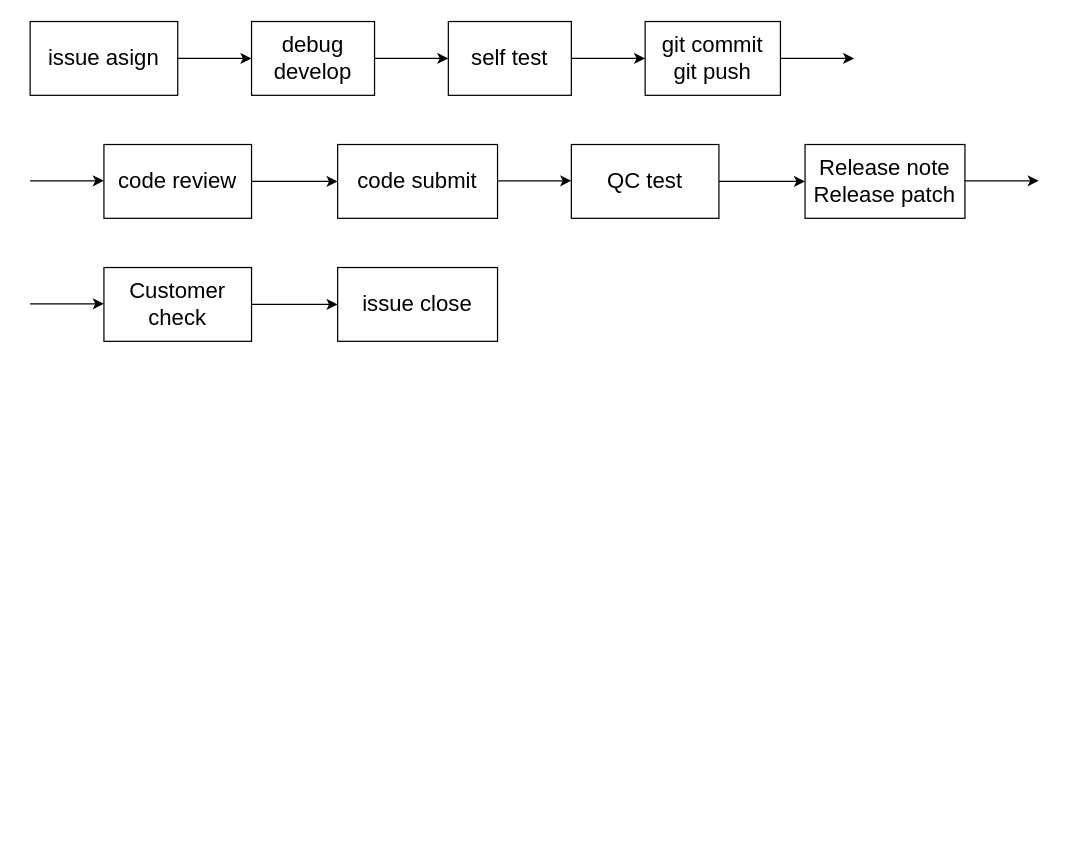
This is page "Page-1" (1 of 6) of project_flow.drawio from qmlsxxxx/draw.io, a draw.io file, before an edit. Source tidied: cells renumbered, new cells numbered last; positions are measured from the earlier drawing's top-left corner, leaving out a move shared by most shapes. Both pictures are drawn from the tidied source at 123%, with x=0, y=0 at pixel (30, 21).
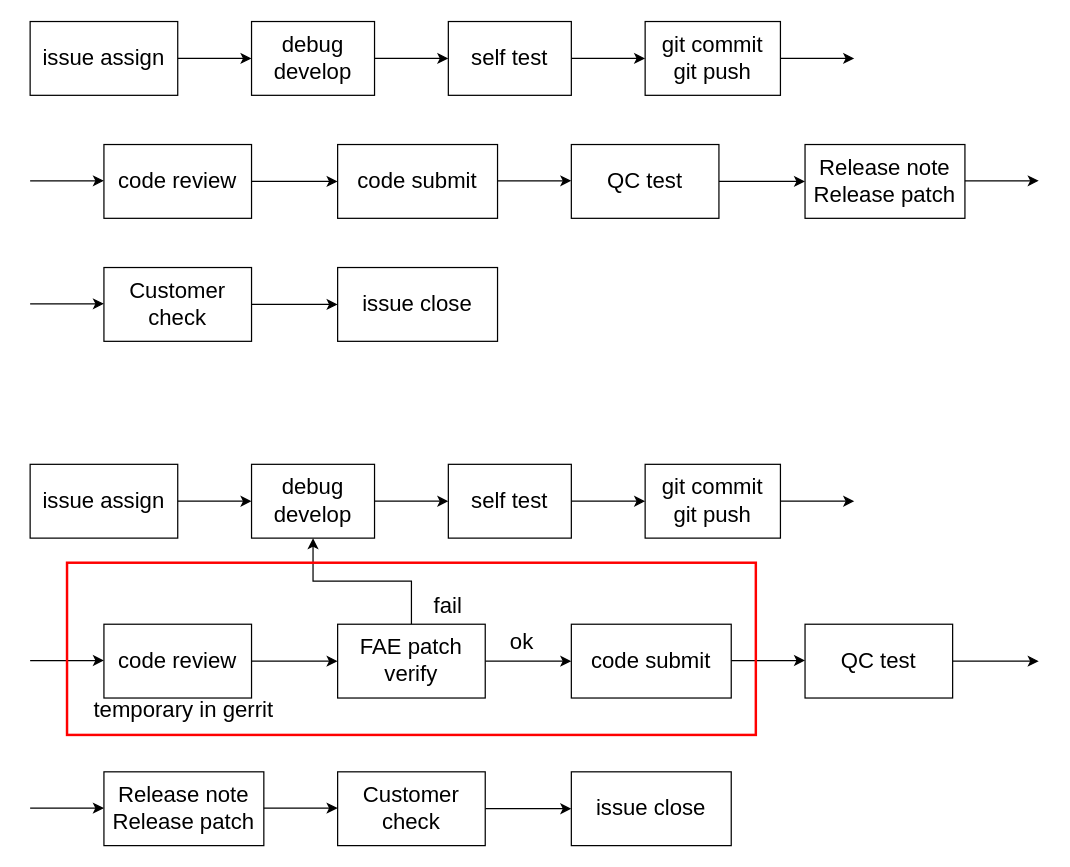
Above is the later version.

The edit, as a diff of the source:
```diff
@@
-    <mxCell id="9" value="issue asign" style="rounded=0;whiteSpace=wrap;html=1;fontSize=18;" parent="1" vertex="1">
+    <mxCell id="9" value="issue assign" style="rounded=0;whiteSpace=wrap;html=1;fontSize=18;" parent="1" vertex="1">
       <mxGeometry width="120" height="60" as="geometry" />
     </mxCell>
@@
+    <mxCell id="23" style="edgeStyle=orthogonalEdgeStyle;rounded=0;jettySize=auto;html=1;entryX=0;entryY=0.5;entryDx=0;entryDy=0;fontSize=18;" parent="1" edge="1" source="24" target="28">
+      <mxGeometry relative="1" as="geometry" />
+    </mxCell>
+    <mxCell id="24" value="debug&lt;br style=&quot;font-size: 18px;&quot;&gt;develop" style="rounded=0;whiteSpace=wrap;html=1;fontSize=18;" parent="1" vertex="1">
+      <mxGeometry x="180" y="360" width="100" height="60" as="geometry" />
+    </mxCell>
+    <mxCell id="25" style="edgeStyle=orthogonalEdgeStyle;rounded=0;jettySize=auto;html=1;entryX=0;entryY=0.5;entryDx=0;entryDy=0;fontSize=18;" parent="1" edge="1" source="26">
+      <mxGeometry relative="1" as="geometry">
+        <mxPoint x="670" y="390" as="targetPoint" />
+      </mxGeometry>
+    </mxCell>
+    <mxCell id="26" value="git commit&lt;br style=&quot;font-size: 18px;&quot;&gt;git push" style="rounded=0;whiteSpace=wrap;html=1;fontSize=18;" parent="1" vertex="1">
+      <mxGeometry x="500" y="360" width="110" height="60" as="geometry" />
+    </mxCell>
+    <mxCell id="27" style="edgeStyle=orthogonalEdgeStyle;rounded=0;jettySize=auto;html=1;fontSize=18;" parent="1" edge="1" source="28" target="26">
+      <mxGeometry relative="1" as="geometry" />
+    </mxCell>
+    <mxCell id="28" value="self test" style="rounded=0;whiteSpace=wrap;html=1;fontSize=18;" parent="1" vertex="1">
+      <mxGeometry x="340" y="360" width="100" height="60" as="geometry" />
+    </mxCell>
+    <mxCell id="29" style="edgeStyle=orthogonalEdgeStyle;rounded=0;jettySize=auto;html=1;entryX=0;entryY=0.5;entryDx=0;entryDy=0;fontSize=18;" parent="1" edge="1" source="30" target="24">
+      <mxGeometry relative="1" as="geometry" />
+    </mxCell>
+    <mxCell id="30" value="issue assign" style="rounded=0;whiteSpace=wrap;html=1;fontSize=18;" parent="1" vertex="1">
+      <mxGeometry y="360" width="120" height="60" as="geometry" />
+    </mxCell>
+    <mxCell id="31" style="edgeStyle=orthogonalEdgeStyle;rounded=0;jettySize=auto;html=1;entryX=0;entryY=0.5;entryDx=0;entryDy=0;fontSize=18;" parent="1" edge="1" source="32">
+      <mxGeometry relative="1" as="geometry">
+        <mxPoint x="250" y="520" as="targetPoint" />
+      </mxGeometry>
+    </mxCell>
+    <mxCell id="32" value="code review" style="rounded=0;whiteSpace=wrap;html=1;fontSize=18;" parent="1" vertex="1">
+      <mxGeometry x="60" y="490" width="120" height="60" as="geometry" />
+    </mxCell>
+    <mxCell id="33" style="edgeStyle=orthogonalEdgeStyle;rounded=0;orthogonalLoop=1;jettySize=auto;html=1;entryX=0;entryY=0.5;entryDx=0;entryDy=0;fontSize=18;" parent="1" edge="1">
+      <mxGeometry relative="1" as="geometry">
+        <mxPoint y="519.5" as="sourcePoint" />
+        <mxPoint x="60" y="519.5" as="targetPoint" />
+      </mxGeometry>
+    </mxCell>
+    <mxCell id="34" style="edgeStyle=orthogonalEdgeStyle;rounded=0;jettySize=auto;html=1;entryX=0.5;entryY=1;entryDx=0;entryDy=0;fontSize=18;" parent="1" edge="1" source="36" target="24">
+      <mxGeometry relative="1" as="geometry" />
+    </mxCell>
+    <mxCell id="35" style="edgeStyle=orthogonalEdgeStyle;rounded=0;jettySize=auto;html=1;fontSize=18;" parent="1" edge="1" source="36" target="37">
+      <mxGeometry relative="1" as="geometry" />
+    </mxCell>
+    <mxCell id="36" value="FAE patch verify" style="rounded=0;whiteSpace=wrap;html=1;fontSize=18;" parent="1" vertex="1">
+      <mxGeometry x="250" y="490" width="120" height="60" as="geometry" />
+    </mxCell>
+    <mxCell id="37" value="code submit" style="rounded=0;whiteSpace=wrap;html=1;fontSize=18;" parent="1" vertex="1">
+      <mxGeometry x="440" y="490" width="130" height="60" as="geometry" />
+    </mxCell>
+    <mxCell id="38" style="edgeStyle=orthogonalEdgeStyle;rounded=0;jettySize=auto;html=1;entryX=0;entryY=0.5;entryDx=0;entryDy=0;fontSize=18;" parent="1" edge="1" source="39">
+      <mxGeometry relative="1" as="geometry">
+        <mxPoint x="820" y="520" as="targetPoint" />
+      </mxGeometry>
+    </mxCell>
+    <mxCell id="39" value="QC test" style="rounded=0;whiteSpace=wrap;html=1;fontSize=18;" parent="1" vertex="1">
+      <mxGeometry x="630" y="490" width="120" height="60" as="geometry" />
+    </mxCell>
+    <mxCell id="40" style="edgeStyle=orthogonalEdgeStyle;rounded=0;orthogonalLoop=1;jettySize=auto;html=1;entryX=0;entryY=0.5;entryDx=0;entryDy=0;fontSize=18;" parent="1" edge="1">
+      <mxGeometry relative="1" as="geometry">
+        <mxPoint x="570" y="519.5" as="sourcePoint" />
+        <mxPoint x="630" y="519.5" as="targetPoint" />
+      </mxGeometry>
+    </mxCell>
+    <mxCell id="41" value="Release note&lt;br&gt;Release patch" style="rounded=0;whiteSpace=wrap;html=1;fontSize=18;" parent="1" vertex="1">
+      <mxGeometry x="60" y="610" width="130" height="60" as="geometry" />
+    </mxCell>
+    <mxCell id="42" style="edgeStyle=orthogonalEdgeStyle;rounded=0;orthogonalLoop=1;jettySize=auto;html=1;entryX=0;entryY=0.5;entryDx=0;entryDy=0;fontSize=18;" parent="1" edge="1">
+      <mxGeometry relative="1" as="geometry">
+        <mxPoint y="639.5" as="sourcePoint" />
+        <mxPoint x="60" y="639.5" as="targetPoint" />
+      </mxGeometry>
+    </mxCell>
+    <mxCell id="43" style="edgeStyle=orthogonalEdgeStyle;rounded=0;jettySize=auto;html=1;entryX=0;entryY=0.5;entryDx=0;entryDy=0;fontSize=18;" parent="1" edge="1" source="44" target="45">
+      <mxGeometry relative="1" as="geometry" />
+    </mxCell>
+    <mxCell id="44" value="Customer check" style="rounded=0;whiteSpace=wrap;html=1;fontSize=18;" parent="1" vertex="1">
+      <mxGeometry x="250" y="610" width="120" height="60" as="geometry" />
+    </mxCell>
+    <mxCell id="45" value="issue close" style="rounded=0;whiteSpace=wrap;html=1;fontSize=18;" parent="1" vertex="1">
+      <mxGeometry x="440" y="610" width="130" height="60" as="geometry" />
+    </mxCell>
+    <mxCell id="46" style="edgeStyle=orthogonalEdgeStyle;rounded=0;orthogonalLoop=1;jettySize=auto;html=1;entryX=0;entryY=0.5;entryDx=0;entryDy=0;fontSize=18;" parent="1" edge="1">
+      <mxGeometry relative="1" as="geometry">
+        <mxPoint x="190" y="639.5" as="sourcePoint" />
+        <mxPoint x="250" y="639.5" as="targetPoint" />
+      </mxGeometry>
+    </mxCell>
+    <mxCell id="47" value="fail" style="text;html=1;strokeColor=none;fillColor=none;align=center;verticalAlign=middle;whiteSpace=wrap;rounded=0;fontSize=18;" parent="1" vertex="1">
+      <mxGeometry x="310" y="460" width="60" height="30" as="geometry" />
+    </mxCell>
+    <mxCell id="48" value="ok" style="text;html=1;strokeColor=none;fillColor=none;align=center;verticalAlign=middle;whiteSpace=wrap;rounded=0;fontSize=18;" parent="1" vertex="1">
+      <mxGeometry x="370" y="490" width="60" height="30" as="geometry" />
+    </mxCell>
+    <mxCell id="49" style="rounded=0;whiteSpace=wrap;html=1;fontSize=18;fillColor=none;strokeColor=#FF0000;strokeWidth=2;" parent="1" vertex="1">
+      <mxGeometry x="30" y="440" width="560" height="140" as="geometry" />
+    </mxCell>
+    <mxCell id="50" value="temporary in gerrit" style="text;html=1;strokeColor=none;fillColor=none;align=center;verticalAlign=middle;whiteSpace=wrap;rounded=0;fontSize=18;" parent="1" vertex="1">
+      <mxGeometry x="40" y="540" width="170" height="40" as="geometry" />
+    </mxCell>
```
